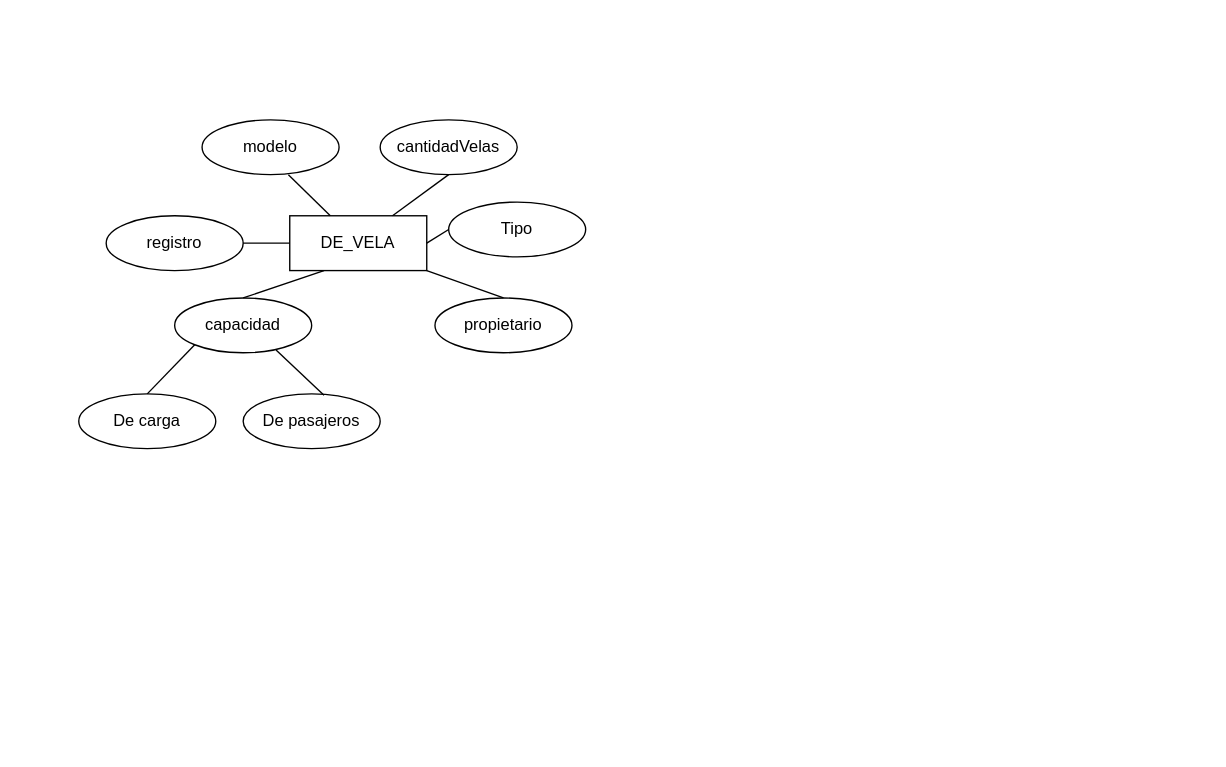
Before: Untitled Diagram.drawio in settheory172/carros, a draw.io diagram. Source tidied: cells renumbered, new cells numbered last; positions are measured from the earlier drawing's top-left corner, leaving out a move shared by most shapes. Both pictures are drawn from the tidied source at 137%, with x=0, y=0 at pixel (78, 119).
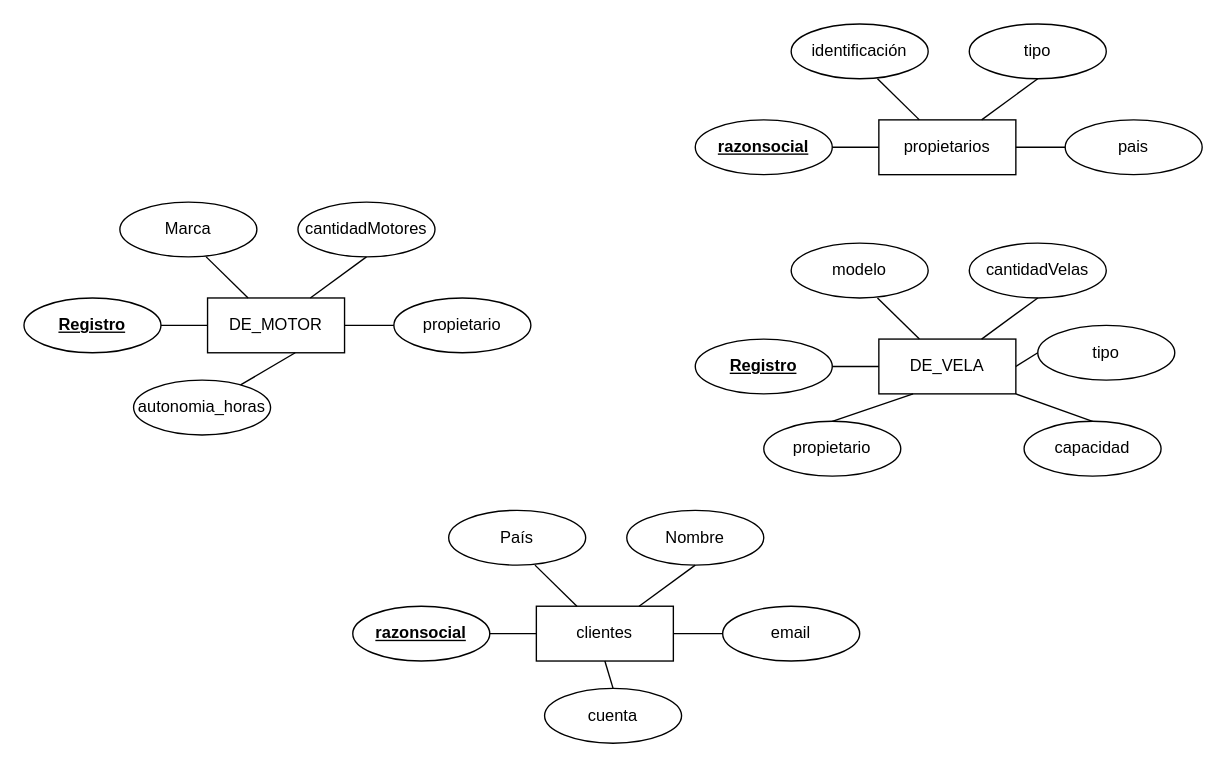
The same diagram, later.

What changed in the source:
```diff
@@
-    <mxCell id="2" style="group;" parent="1" vertex="1">
-      <mxGeometry width="370" height="240" as="geometry" />
-    </mxCell>
+    <mxCell id="20" style="group;" parent="1" vertex="1">
+      <mxGeometry x="450" y="90" width="350" height="170" as="geometry" />
+    </mxCell>
-    <mxCell id="3" value="DE_VELA" style="whiteSpace=wrap;html=1;align=center;" parent="2" vertex="1">
-      <mxGeometry x="154" y="70" width="100" height="40" as="geometry" />
+    <mxCell id="3" value="DE_VELA" style="whiteSpace=wrap;html=1;align=center;" parent="20" vertex="1">
+      <mxGeometry x="134" y="70" width="100" height="40" as="geometry" />
     </mxCell>
-    <mxCell id="4" value="registro" style="ellipse;whiteSpace=wrap;html=1;align=center;" parent="2" vertex="1">
-      <mxGeometry x="20" y="70" width="100" height="40" as="geometry" />
+    <mxCell id="4" value="&lt;u&gt;&lt;b&gt;Registro&lt;/b&gt;&lt;/u&gt;" style="ellipse;whiteSpace=wrap;html=1;align=center;" parent="20" vertex="1">
+      <mxGeometry y="70" width="100" height="40" as="geometry" />
     </mxCell>
-    <mxCell id="5" value="modelo" style="ellipse;whiteSpace=wrap;html=1;align=center;" parent="2" vertex="1">
-      <mxGeometry x="90" width="100" height="40" as="geometry" />
+    <mxCell id="5" value="modelo" style="ellipse;whiteSpace=wrap;html=1;align=center;" parent="20" vertex="1">
+      <mxGeometry x="70" width="100" height="40" as="geometry" />
     </mxCell>
-    <mxCell id="6" value="cantidadVelas" style="ellipse;whiteSpace=wrap;html=1;align=center;" parent="2" vertex="1">
-      <mxGeometry x="220" width="100" height="40" as="geometry" />
+    <mxCell id="6" value="cantidadVelas" style="ellipse;whiteSpace=wrap;html=1;align=center;" parent="20" vertex="1">
+      <mxGeometry x="200" width="100" height="40" as="geometry" />
     </mxCell>
-    <mxCell id="7" value="Tipo" style="ellipse;whiteSpace=wrap;html=1;align=center;" parent="2" vertex="1">
-      <mxGeometry x="270" y="60" width="100" height="40" as="geometry" />
+    <mxCell id="7" value="tipo" style="ellipse;whiteSpace=wrap;html=1;align=center;" parent="20" vertex="1">
+      <mxGeometry x="250" y="60" width="100" height="40" as="geometry" />
     </mxCell>
-    <mxCell id="8" value="capacidad" style="ellipse;whiteSpace=wrap;html=1;align=center;" parent="2" vertex="1">
-      <mxGeometry x="70" y="130" width="100" height="40" as="geometry" />
+    <mxCell id="8" value="propietario" style="ellipse;whiteSpace=wrap;html=1;align=center;" parent="20" vertex="1">
+      <mxGeometry x="50" y="130" width="100" height="40" as="geometry" />
     </mxCell>
-    <mxCell id="9" value="propietario" style="ellipse;whiteSpace=wrap;html=1;align=center;" parent="2" vertex="1">
-      <mxGeometry x="260" y="130" width="100" height="40" as="geometry" />
+    <mxCell id="9" value="capacidad" style="ellipse;whiteSpace=wrap;html=1;align=center;" parent="20" vertex="1">
+      <mxGeometry x="240" y="130" width="100" height="40" as="geometry" />
     </mxCell>
-    <mxCell id="10" value="De carga" style="ellipse;whiteSpace=wrap;html=1;align=center;" parent="2" vertex="1">
-      <mxGeometry y="200" width="100" height="40" as="geometry" />
-    </mxCell>
-    <mxCell id="11" value="De pasajeros" style="ellipse;whiteSpace=wrap;html=1;align=center;" parent="2" vertex="1">
-      <mxGeometry x="120" y="200" width="100" height="40" as="geometry" />
-    </mxCell>
-    <mxCell id="12" style="endArrow=none;html=1;entryX=0.5;entryY=1;entryDx=0;entryDy=0;exitX=0.75;exitY=0;exitDx=0;exitDy=0;" parent="2" edge="1" source="3" target="6">
-      <mxGeometry relative="1" as="geometry" />
+    <mxCell id="12" style="endArrow=none;html=1;entryX=0.5;entryY=1;entryDx=0;entryDy=0;exitX=0.75;exitY=0;exitDx=0;exitDy=0;" parent="20" edge="1" source="3" target="6">
+      <mxGeometry x="-20" as="geometry" />
     </mxCell>
-    <mxCell id="13" style="endArrow=none;html=1;exitX=1;exitY=0.5;exitDx=0;exitDy=0;" parent="2" edge="1" source="3">
-      <mxGeometry relative="1" as="geometry">
-        <mxPoint x="270" y="80" as="targetPoint" />
+    <mxCell id="13" style="endArrow=none;html=1;exitX=1;exitY=0.5;exitDx=0;exitDy=0;" parent="20" edge="1" source="3">
+      <mxGeometry x="-20" as="geometry">
+        <mxPoint x="250" y="80" as="targetPoint" />
       </mxGeometry>
     </mxCell>
-    <mxCell id="14" style="endArrow=none;html=1;entryX=0.5;entryY=0;entryDx=0;entryDy=0;exitX=1;exitY=1;exitDx=0;exitDy=0;" parent="2" edge="1" source="3" target="9">
-      <mxGeometry relative="1" as="geometry" />
+    <mxCell id="14" style="endArrow=none;html=1;entryX=0.5;entryY=0;entryDx=0;entryDy=0;exitX=1;exitY=1;exitDx=0;exitDy=0;" parent="20" edge="1" source="3" target="9">
+      <mxGeometry x="-20" as="geometry" />
     </mxCell>
-    <mxCell id="15" style="endArrow=none;html=1;entryX=0.5;entryY=0;entryDx=0;entryDy=0;exitX=0.25;exitY=1;exitDx=0;exitDy=0;" parent="2" edge="1" source="3" target="8">
-      <mxGeometry relative="1" as="geometry" />
+    <mxCell id="15" style="endArrow=none;html=1;entryX=0.5;entryY=0;entryDx=0;entryDy=0;exitX=0.25;exitY=1;exitDx=0;exitDy=0;" parent="20" edge="1" source="3" target="8">
+      <mxGeometry x="-20" as="geometry" />
     </mxCell>
-    <mxCell id="16" style="endArrow=none;html=1;exitX=1;exitY=0.5;exitDx=0;exitDy=0;entryX=0;entryY=0.5;entryDx=0;entryDy=0;" parent="2" edge="1" source="4" target="3">
-      <mxGeometry relative="1" as="geometry" />
+    <mxCell id="16" style="endArrow=none;html=1;exitX=1;exitY=0.5;exitDx=0;exitDy=0;entryX=0;entryY=0.5;entryDx=0;entryDy=0;" parent="20" edge="1" source="4" target="3">
+      <mxGeometry x="-20" as="geometry" />
     </mxCell>
-    <mxCell id="17" style="endArrow=none;html=1;entryX=0.63;entryY=1;entryDx=0;entryDy=0;entryPerimeter=0;" parent="2" edge="1" source="3" target="5">
-      <mxGeometry relative="1" as="geometry" />
+    <mxCell id="17" style="endArrow=none;html=1;entryX=0.63;entryY=1;entryDx=0;entryDy=0;entryPerimeter=0;" parent="20" edge="1" source="3" target="5">
+      <mxGeometry x="-20" as="geometry" />
     </mxCell>
-    <mxCell id="18" style="endArrow=none;html=1;entryX=0;entryY=1;entryDx=0;entryDy=0;exitX=0.5;exitY=0;exitDx=0;exitDy=0;" parent="2" edge="1" source="10" target="8">
-      <mxGeometry relative="1" as="geometry" />
-    </mxCell>
-    <mxCell id="19" style="endArrow=none;html=1;entryX=0.74;entryY=0.95;entryDx=0;entryDy=0;exitX=0.59;exitY=0.025;exitDx=0;exitDy=0;exitPerimeter=0;entryPerimeter=0;" parent="2" edge="1" source="11" target="8">
-      <mxGeometry relative="1" as="geometry" />
-    </mxCell>
+    <mxCell id="21" style="group;" parent="1" vertex="1">
+      <mxGeometry x="-40" y="60" width="350" height="170" as="geometry" />
+    </mxCell>
+    <mxCell id="22" value="DE_MOTOR" style="whiteSpace=wrap;html=1;align=center;" parent="21" vertex="1">
+      <mxGeometry x="134" y="70" width="100" height="40" as="geometry" />
+    </mxCell>
+    <mxCell id="23" value="&lt;u&gt;&lt;b&gt;Registro&lt;/b&gt;&lt;/u&gt;" style="ellipse;whiteSpace=wrap;html=1;align=center;" parent="21" vertex="1">
+      <mxGeometry y="70" width="100" height="40" as="geometry" />
+    </mxCell>
+    <mxCell id="24" value="Marca" style="ellipse;whiteSpace=wrap;html=1;align=center;" parent="21" vertex="1">
+      <mxGeometry x="70" width="100" height="40" as="geometry" />
+    </mxCell>
+    <mxCell id="25" value="cantidadMotores" style="ellipse;whiteSpace=wrap;html=1;align=center;" parent="21" vertex="1">
+      <mxGeometry x="200" width="100" height="40" as="geometry" />
+    </mxCell>
+    <mxCell id="26" value="autonomia_horas" style="ellipse;whiteSpace=wrap;html=1;align=center;" parent="21" vertex="1">
+      <mxGeometry x="80" y="130" width="100" height="40" as="geometry" />
+    </mxCell>
+    <mxCell id="27" value="propietario" style="ellipse;whiteSpace=wrap;html=1;align=center;" parent="21" vertex="1">
+      <mxGeometry x="270" y="70" width="100" height="40" as="geometry" />
+    </mxCell>
+    <mxCell id="28" style="endArrow=none;html=1;entryX=0.5;entryY=1;entryDx=0;entryDy=0;exitX=0.75;exitY=0;exitDx=0;exitDy=0;" parent="21" edge="1" source="22" target="25">
+      <mxGeometry x="-20" as="geometry" />
+    </mxCell>
+    <mxCell id="29" style="endArrow=none;html=1;exitX=0.64;exitY=1;exitDx=0;exitDy=0;exitPerimeter=0;" parent="21" edge="1" source="22" target="26">
+      <mxGeometry x="-20" as="geometry" />
+    </mxCell>
+    <mxCell id="30" style="endArrow=none;html=1;exitX=1;exitY=0.5;exitDx=0;exitDy=0;entryX=0;entryY=0.5;entryDx=0;entryDy=0;" parent="21" edge="1" source="22" target="27">
+      <mxGeometry x="-20" as="geometry" />
+    </mxCell>
+    <mxCell id="31" style="endArrow=none;html=1;exitX=1;exitY=0.5;exitDx=0;exitDy=0;entryX=0;entryY=0.5;entryDx=0;entryDy=0;" parent="21" edge="1" source="23" target="22">
+      <mxGeometry x="-20" as="geometry" />
+    </mxCell>
+    <mxCell id="32" style="endArrow=none;html=1;entryX=0.63;entryY=1;entryDx=0;entryDy=0;entryPerimeter=0;" parent="21" edge="1" source="22" target="24">
+      <mxGeometry x="-20" as="geometry" />
+    </mxCell>
+    <mxCell id="33" style="group;" parent="1" vertex="1">
+      <mxGeometry x="450" y="-70" width="350" height="170" as="geometry" />
+    </mxCell>
+    <mxCell id="34" value="propietarios" style="whiteSpace=wrap;html=1;align=center;" parent="33" vertex="1">
+      <mxGeometry x="134" y="70" width="100" height="40" as="geometry" />
+    </mxCell>
+    <mxCell id="35" value="&lt;u&gt;&lt;b&gt;razonsocial&lt;/b&gt;&lt;/u&gt;" style="ellipse;whiteSpace=wrap;html=1;align=center;" parent="33" vertex="1">
+      <mxGeometry y="70" width="100" height="40" as="geometry" />
+    </mxCell>
+    <mxCell id="36" value="identificación" style="ellipse;whiteSpace=wrap;html=1;align=center;" parent="33" vertex="1">
+      <mxGeometry x="70" width="100" height="40" as="geometry" />
+    </mxCell>
+    <mxCell id="37" value="tipo" style="ellipse;whiteSpace=wrap;html=1;align=center;" parent="33" vertex="1">
+      <mxGeometry x="200" width="100" height="40" as="geometry" />
+    </mxCell>
+    <mxCell id="38" value="pais" style="ellipse;whiteSpace=wrap;html=1;align=center;" parent="33" vertex="1">
+      <mxGeometry x="270" y="70" width="100" height="40" as="geometry" />
+    </mxCell>
+    <mxCell id="39" style="endArrow=none;html=1;entryX=0.5;entryY=1;entryDx=0;entryDy=0;exitX=0.75;exitY=0;exitDx=0;exitDy=0;" parent="33" edge="1" source="34" target="37">
+      <mxGeometry x="-20" as="geometry" />
+    </mxCell>
+    <mxCell id="40" style="endArrow=none;html=1;exitX=1;exitY=0.5;exitDx=0;exitDy=0;entryX=0;entryY=0.5;entryDx=0;entryDy=0;" parent="33" edge="1" source="34" target="38">
+      <mxGeometry x="-20" as="geometry" />
+    </mxCell>
+    <mxCell id="41" style="endArrow=none;html=1;exitX=1;exitY=0.5;exitDx=0;exitDy=0;entryX=0;entryY=0.5;entryDx=0;entryDy=0;" parent="33" edge="1" source="35" target="34">
+      <mxGeometry x="-20" as="geometry" />
+    </mxCell>
+    <mxCell id="42" style="endArrow=none;html=1;entryX=0.63;entryY=1;entryDx=0;entryDy=0;entryPerimeter=0;" parent="33" edge="1" source="34" target="36">
+      <mxGeometry x="-20" as="geometry" />
+    </mxCell>
+    <mxCell id="43" style="group;" parent="1" vertex="1">
+      <mxGeometry x="200" y="285" width="350" height="170" as="geometry" />
+    </mxCell>
+    <mxCell id="44" value="clientes" style="whiteSpace=wrap;html=1;align=center;" parent="43" vertex="1">
+      <mxGeometry x="134" y="70" width="100" height="40" as="geometry" />
+    </mxCell>
+    <mxCell id="45" value="&lt;u&gt;&lt;b&gt;razonsocial&lt;/b&gt;&lt;/u&gt;" style="ellipse;whiteSpace=wrap;html=1;align=center;" parent="43" vertex="1">
+      <mxGeometry y="70" width="100" height="40" as="geometry" />
+    </mxCell>
+    <mxCell id="46" value="País" style="ellipse;whiteSpace=wrap;html=1;align=center;" parent="43" vertex="1">
+      <mxGeometry x="70" width="100" height="40" as="geometry" />
+    </mxCell>
+    <mxCell id="47" value="Nombre" style="ellipse;whiteSpace=wrap;html=1;align=center;" parent="43" vertex="1">
+      <mxGeometry x="200" width="100" height="40" as="geometry" />
+    </mxCell>
+    <mxCell id="48" value="email" style="ellipse;whiteSpace=wrap;html=1;align=center;" parent="43" vertex="1">
+      <mxGeometry x="270" y="70" width="100" height="40" as="geometry" />
+    </mxCell>
+    <mxCell id="49" style="endArrow=none;html=1;entryX=0.5;entryY=1;entryDx=0;entryDy=0;exitX=0.75;exitY=0;exitDx=0;exitDy=0;" parent="43" edge="1" source="44" target="47">
+      <mxGeometry x="-20" as="geometry" />
+    </mxCell>
+    <mxCell id="50" style="endArrow=none;html=1;exitX=1;exitY=0.5;exitDx=0;exitDy=0;entryX=0;entryY=0.5;entryDx=0;entryDy=0;" parent="43" edge="1" source="44" target="48">
+      <mxGeometry x="-20" as="geometry" />
+    </mxCell>
+    <mxCell id="51" style="endArrow=none;html=1;exitX=1;exitY=0.5;exitDx=0;exitDy=0;entryX=0;entryY=0.5;entryDx=0;entryDy=0;" parent="43" edge="1" source="45" target="44">
+      <mxGeometry x="-20" as="geometry" />
+    </mxCell>
+    <mxCell id="52" style="endArrow=none;html=1;entryX=0.63;entryY=1;entryDx=0;entryDy=0;entryPerimeter=0;" parent="43" edge="1" source="44" target="46">
+      <mxGeometry x="-20" as="geometry" />
+    </mxCell>
+    <mxCell id="53" value="cuenta" style="ellipse;whiteSpace=wrap;html=1;align=center;" parent="43" vertex="1">
+      <mxGeometry x="140" y="130" width="100" height="40" as="geometry" />
+    </mxCell>
+    <mxCell id="54" style="endArrow=none;html=1;entryX=0.5;entryY=1;entryDx=0;entryDy=0;exitX=0.5;exitY=0;exitDx=0;exitDy=0;" parent="43" edge="1" source="53" target="44">
+      <mxGeometry relative="1" as="geometry" />
+    </mxCell>
```
